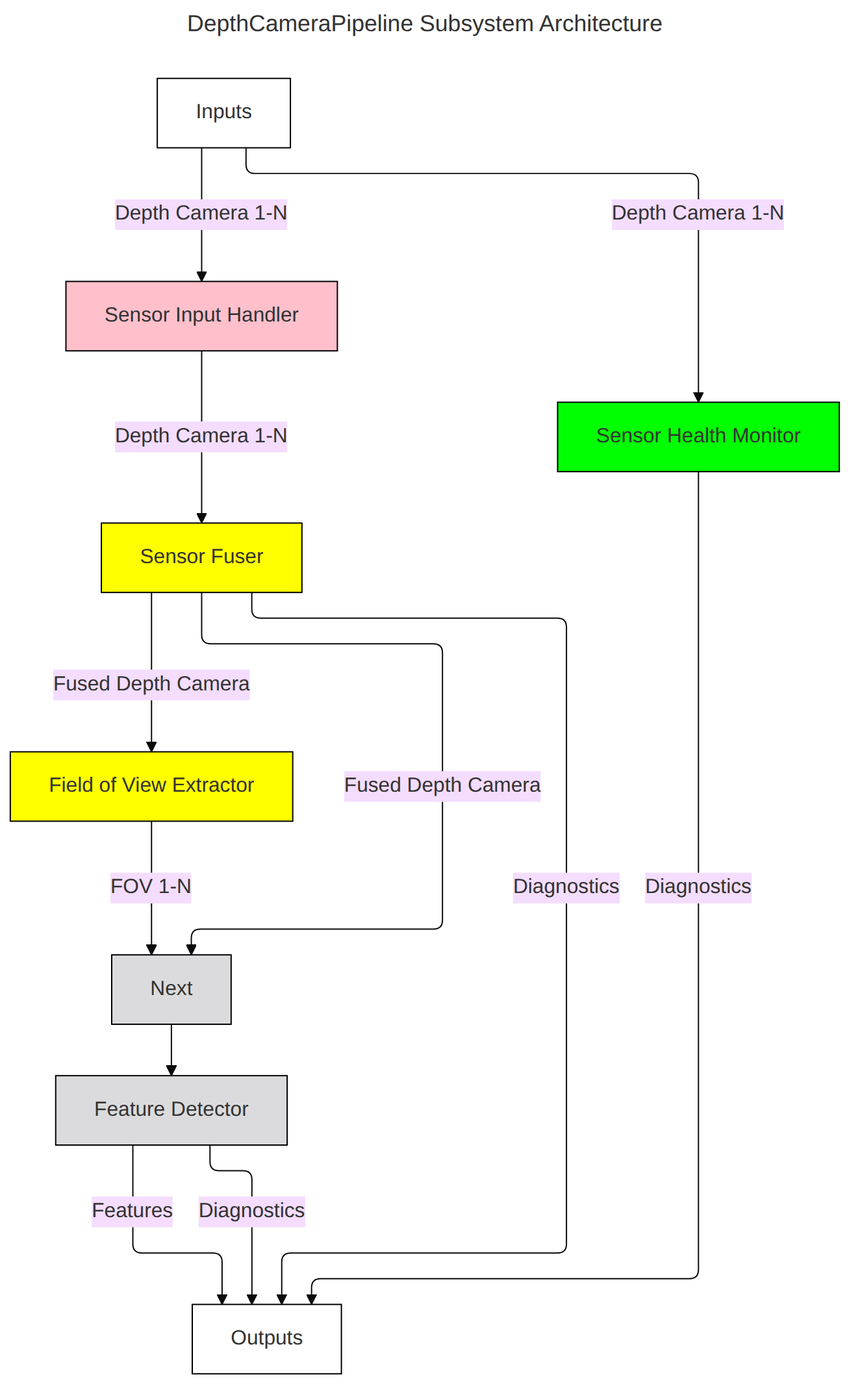
Above: Systems/Perception/Subsystems/DepthCameraPipeline/doc/mermaid/DepthCameraPipelineSubsystemArchitecture.png in fastrobotics/robot_framework (Mermaid), before the change. Its source is kept beside it as Systems/Perception/Subsystems/DepthCameraPipeline/doc/mermaid/DepthCameraPipelineSubsystemArchitecture.mmd.
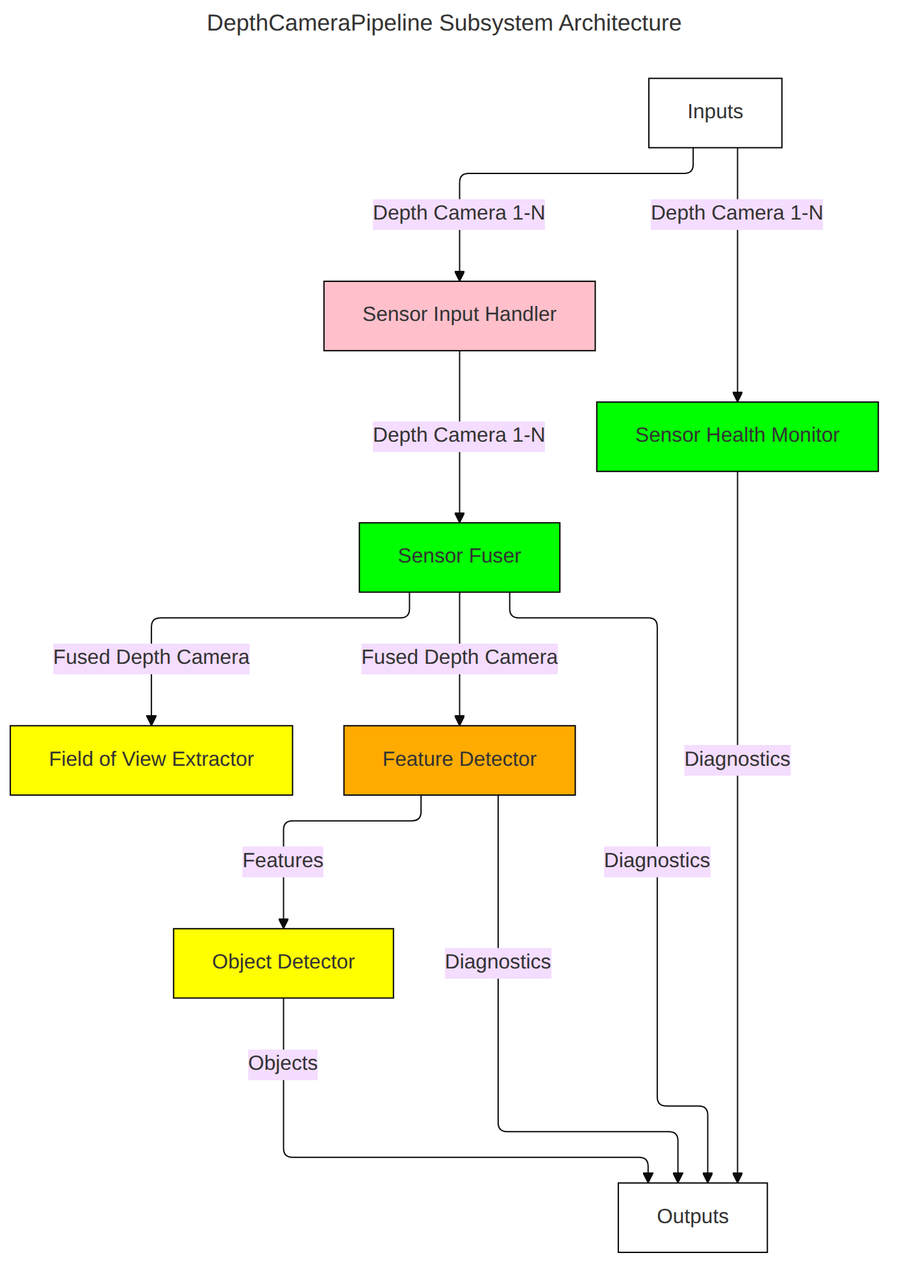
Above is the later version.

Commit message:
Adding initial class and pass-thru.

Diff of the diagram source:
```diff
@@ -37,24 +37,25 @@
     Outputs
     SensorFuser[Sensor Fuser]
     FOVExtractor[Field of View Extractor]
-    Next
+    FeatureDetector[Feature Detector]
+    ObjectDetector[Object Detector]
 
-    FeatureDetector[Feature Detector]
+
     Inputs --> | Depth Camera 1-N | SensorInputHandler
     SensorInputHandler --> | Depth Camera 1-N| SensorFuser
     Inputs --> | Depth Camera 1-N| SensorHealthMonitor
 
     SensorFuser --> | Fused Depth Camera | FOVExtractor
-    FOVExtractor --> | FOV 1-N| Next
-    SensorFuser --> | Fused Depth Camera | Next
+    SensorFuser --> | Fused Depth Camera | FeatureDetector
 
     SensorFuser --> | Diagnostics | Outputs
     SensorHealthMonitor --> | Diagnostics | Outputs
-    Next --> FeatureDetector
-    FeatureDetector --> | Features | Outputs
+    FeatureDetector --> | Features | ObjectDetector
+    ObjectDetector --> | Objects | Outputs
     FeatureDetector --> | Diagnostics | Outputs
 
     class Inputs,Outputs cssBoundary
-    class SensorFuser,FOVExtractor cssInvestigating
+    class FOVExtractor,ObjectDetector cssInvestigating
+    class FeatureDetector cssDeveloping
     class SensorInputHandler cssTrivialComplete
-    class SensorHealthMonitor cssMinimalComplete
+    class SensorHealthMonitor,SensorFuser cssMinimalComplete
```
